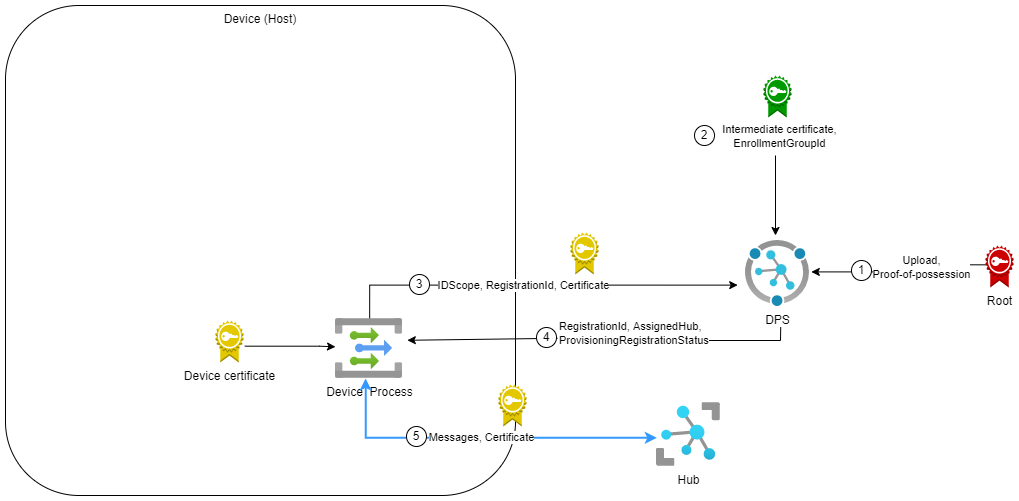
Earlier version of the draw.io export provisioning/device/samples/solutions/BestPracticeSampleX509/media/auth_flow_diagram.png (Azure/azure-iot-sdk-csharp). Source tidied: cells renumbered, new cells last; positions are measured from the earlier drawing's top-left corner, leaving out a move shared by most shapes.
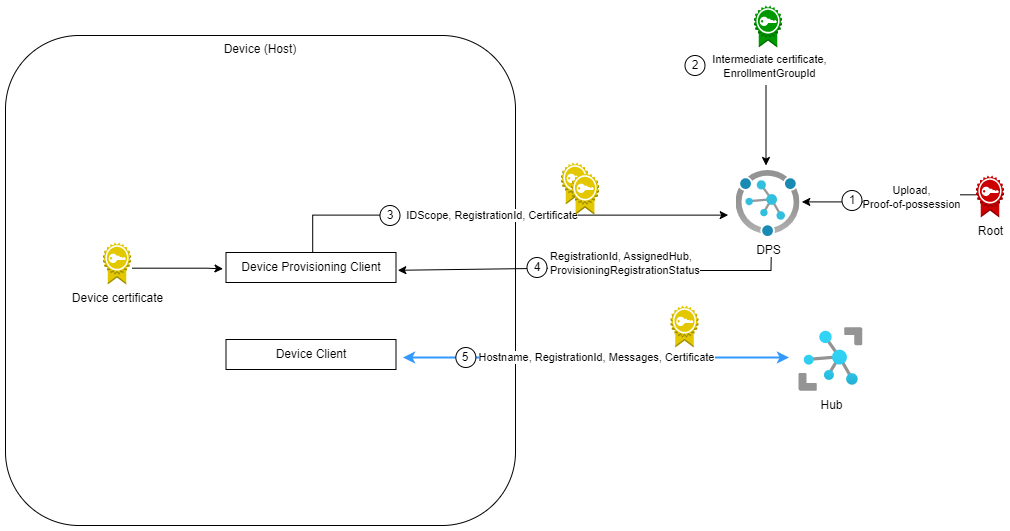
The same file after the commit.

What changed in the source:
```diff
@@ -2,11 +2,11 @@
   <root>
     <mxCell id="0" />
     <mxCell id="1" parent="0" />
-    <mxCell id="2" style="endArrow=none;html=1;rounded=0;exitX=0.553;exitY=1.124;exitDx=0;exitDy=0;exitPerimeter=0;" parent="1" edge="1" source="5" target="20">
+    <mxCell id="2" style="endArrow=none;html=1;rounded=0;exitX=0.553;exitY=1.124;exitDx=0;exitDy=0;exitPerimeter=0;" parent="1" edge="1" source="5" target="19">
       <mxGeometry relative="1" as="geometry">
         <Array as="points">
-          <mxPoint x="775" y="335" />
-          <mxPoint x="660" y="335" />
+          <mxPoint x="765.5" y="235" />
+          <mxPoint x="650.5" y="235" />
         </Array>
       </mxGeometry>
     </mxCell>
@@ -14,86 +14,104 @@
       <mxGeometry width="510" height="490" as="geometry" />
     </mxCell>
     <mxCell id="4" value="&lt;div&gt;Hub&lt;/div&gt;" style="html=1;points=[];align=center;image;fontSize=12;image=img/lib/azure2/iot/IoT_Hub.svg;" parent="1" vertex="1">
-      <mxGeometry x="651" y="397" width="64" height="64" as="geometry" />
+      <mxGeometry x="793.5" y="292" width="64" height="64" as="geometry" />
     </mxCell>
     <mxCell id="5" value="DPS" style="html=1;points=[];align=center;image;fontSize=12;image=img/lib/azure2/iot/Device_Provisioning_Services.svg;" parent="1" vertex="1">
-      <mxGeometry x="740" y="235" width="64" height="66" as="geometry" />
+      <mxGeometry x="730.5" y="135" width="64" height="66" as="geometry" />
     </mxCell>
-    <mxCell id="6" value="IDScope, RegistrationId, Certificate" style="edgeStyle=orthogonalEdgeStyle;rounded=0;jettySize=auto;html=1;exitX=0.51;exitY=0.03;exitDx=0;exitDy=0;exitPerimeter=0;entryX=-0.122;entryY=0.676;entryDx=0;entryDy=0;entryPerimeter=0;" parent="1" edge="1" source="7" target="5">
+    <mxCell id="6" value="&amp;nbsp; &amp;nbsp;IDScope, RegistrationId, Certificate" style="edgeStyle=orthogonalEdgeStyle;rounded=0;jettySize=auto;html=1;exitX=0.51;exitY=0.03;exitDx=0;exitDy=0;exitPerimeter=0;entryX=-0.122;entryY=0.676;entryDx=0;entryDy=0;entryPerimeter=0;startArrow=none;" parent="1" edge="1" source="26" target="5">
       <mxGeometry x="-0.06" relative="1" as="geometry">
         <Array as="points">
-          <mxPoint x="364" y="280" />
+          <mxPoint x="307" y="180" />
         </Array>
       </mxGeometry>
     </mxCell>
-    <mxCell id="7" value="Device&amp;nbsp; Process" style="html=1;points=[];align=center;image;fontSize=12;image=img/lib/azure2/integration/Event_Grid_Topics.svg;" parent="1" vertex="1">
-      <mxGeometry x="330" y="313" width="67" height="60" as="geometry" />
+    <mxCell id="7" style="endArrow=classic;html=1;rounded=0;fontColor=#000000;entryX=0;entryY=0.472;entryDx=0;entryDy=0;entryPerimeter=0;exitX=0.975;exitY=0.941;exitDx=0;exitDy=0;exitPerimeter=0;edgeStyle=orthogonalEdgeStyle;" parent="1" edge="1">
+      <mxGeometry relative="1" as="geometry">
+        <mxPoint x="126.8" y="232.7" as="sourcePoint" />
+        <mxPoint x="217.5" y="233.3" as="targetPoint" />
+        <Array as="points">
+          <mxPoint x="201.5" y="233" />
+        </Array>
+      </mxGeometry>
     </mxCell>
-    <mxCell id="8" style="endArrow=classic;html=1;rounded=0;fontColor=#000000;entryX=0;entryY=0.472;entryDx=0;entryDy=0;entryPerimeter=0;exitX=0.975;exitY=0.941;exitDx=0;exitDy=0;exitPerimeter=0;edgeStyle=orthogonalEdgeStyle;" parent="1" edge="1" target="7">
-      <mxGeometry relative="1" as="geometry">
-        <mxPoint x="239.3" y="340.7" as="sourcePoint" />
-        <Array as="points">
-          <mxPoint x="314" y="341" />
-        </Array>
-      </mxGeometry>
+    <mxCell id="8" value="Device certificate" style="dashed=0;verticalLabelPosition=bottom;verticalAlign=top;align=center;html=1;shape=mxgraph.aws3.certificate;fillColor=#e3c800;strokeColor=#B09500;fontColor=#000000;" parent="1" vertex="1">
+      <mxGeometry x="97.5" y="207" width="28" height="42" as="geometry" />
     </mxCell>
-    <mxCell id="9" value="Device certificate" style="dashed=0;verticalLabelPosition=bottom;verticalAlign=top;align=center;html=1;shape=mxgraph.aws3.certificate;fillColor=#e3c800;strokeColor=#B09500;fontColor=#000000;" parent="1" vertex="1">
-      <mxGeometry x="210" y="315" width="28" height="42" as="geometry" />
+    <mxCell id="9" value="2" style="ellipse;whiteSpace=wrap;html=1;" parent="1" vertex="1">
+      <mxGeometry x="679.5" y="20" width="20" height="20" as="geometry" />
     </mxCell>
-    <mxCell id="10" value="2" style="ellipse;whiteSpace=wrap;html=1;" parent="1" vertex="1">
-      <mxGeometry x="689" y="120" width="20" height="20" as="geometry" />
+    <mxCell id="10" value="3" style="ellipse;whiteSpace=wrap;html=1;" parent="1" vertex="1">
+      <mxGeometry x="374.5" y="170" width="20" height="20" as="geometry" />
     </mxCell>
-    <mxCell id="11" value="3" style="ellipse;whiteSpace=wrap;html=1;" parent="1" vertex="1">
-      <mxGeometry x="404" y="269" width="20" height="20" as="geometry" />
+    <mxCell id="11" style="edgeStyle=orthogonalEdgeStyle;rounded=0;jettySize=auto;html=1;exitX=0;exitY=0.46;exitDx=0;exitDy=0;exitPerimeter=0;entryX=1.028;entryY=0.476;entryDx=0;entryDy=0;entryPerimeter=0;" parent="1" edge="1" source="13" target="5">
+      <mxGeometry relative="1" as="geometry" />
     </mxCell>
-    <mxCell id="12" style="edgeStyle=orthogonalEdgeStyle;rounded=0;jettySize=auto;html=1;exitX=0;exitY=0.46;exitDx=0;exitDy=0;exitPerimeter=0;entryX=1.028;entryY=0.476;entryDx=0;entryDy=0;entryPerimeter=0;" parent="1" edge="1" source="14" target="5">
-      <mxGeometry relative="1" as="geometry" />
+    <mxCell id="12" value="Upload,&lt;br&gt;Proof-of-possession" style="edgeLabel;html=1;align=center;verticalAlign=middle;" parent="11" vertex="1">
+      <mxGeometry x="0.21" y="-2" relative="1" as="geometry">
+        <mxPoint x="37" y="-3" as="offset" />
+      </mxGeometry>
     </mxCell>
-    <mxCell id="13" value="Upload,&lt;br&gt;Proof-of-possession" style="edgeLabel;html=1;align=center;verticalAlign=middle;points=[];" parent="12" vertex="1">
-      <mxGeometry x="0.21" y="-2" relative="1" as="geometry">
-        <mxPoint x="37" y="-3" as="offset" />
-      </mxGeometry>
+    <mxCell id="13" value="Root" style="outlineConnect=0;dashed=0;verticalLabelPosition=bottom;verticalAlign=top;align=center;html=1;shape=mxgraph.aws3.certificate;fillColor=#CC0000;gradientColor=none;" parent="1" vertex="1">
+      <mxGeometry x="970.5" y="140" width="28" height="42" as="geometry" />
     </mxCell>
-    <mxCell id="14" value="Root" style="outlineConnect=0;dashed=0;verticalLabelPosition=bottom;verticalAlign=top;align=center;html=1;shape=mxgraph.aws3.certificate;fillColor=#CC0000;gradientColor=none;" parent="1" vertex="1">
-      <mxGeometry x="980" y="240" width="28" height="42" as="geometry" />
+    <mxCell id="14" value="Intermediate certificate,&lt;br&gt;EnrollmentGroupId" style="edgeLabel;html=1;align=center;verticalAlign=middle;points=[];" parent="1" vertex="1">
+      <mxGeometry x="822.5" y="190" as="geometry">
+        <mxPoint x="-59" y="-160" as="offset" />
+      </mxGeometry>
     </mxCell>
-    <mxCell id="15" value="Intermediate certificate,&lt;br&gt;EnrollmentGroupId" style="edgeLabel;html=1;align=center;verticalAlign=middle;" parent="1" vertex="1">
-      <mxGeometry x="832" y="290" as="geometry">
-        <mxPoint x="-59" y="-160" as="offset" />
-      </mxGeometry>
+    <mxCell id="15" value="1" style="ellipse;whiteSpace=wrap;html=1;" parent="1" vertex="1">
+      <mxGeometry x="836.5" y="155" width="20" height="20" as="geometry" />
     </mxCell>
-    <mxCell id="16" value="1" style="ellipse;whiteSpace=wrap;html=1;" parent="1" vertex="1">
-      <mxGeometry x="846" y="255" width="20" height="20" as="geometry" />
+    <mxCell id="16" value="Hostname, RegistrationId, Messages, Certificate" style="edgeStyle=orthogonalEdgeStyle;rounded=0;orthogonalLoop=1;jettySize=auto;html=1;exitX=0.45;exitY=1;exitDx=0;exitDy=0;exitPerimeter=0;startArrow=classic;startFill=1;endArrow=classic;endFill=1;strokeWidth=2;strokeColor=#3399FF;" parent="1" edge="1">
+      <mxGeometry relative="1" as="geometry">
+        <mxPoint x="397.5" y="322" as="sourcePoint" />
+        <mxPoint x="783.5" y="322" as="targetPoint" />
+        <Array as="points">
+          <mxPoint x="688.5" y="322" />
+        </Array>
+      </mxGeometry>
     </mxCell>
-    <mxCell id="17" value="Messages, Certificate" style="edgeStyle=orthogonalEdgeStyle;rounded=0;jettySize=auto;html=1;entryX=0.005;entryY=0.552;entryDx=0;entryDy=0;entryPerimeter=0;exitX=0.45;exitY=1;exitDx=0;exitDy=0;exitPerimeter=0;startArrow=classic;startFill=1;endArrow=classic;endFill=1;strokeWidth=2;strokeColor=#3399FF;" parent="1" edge="1" source="7" target="4">
-      <mxGeometry relative="1" as="geometry" />
+    <mxCell id="17" style="endArrow=classic;html=1;rounded=0;entryX=1.072;entryY=0.363;entryDx=0;entryDy=0;entryPerimeter=0;startArrow=none;" parent="1" edge="1" source="19">
+      <mxGeometry relative="1" as="geometry">
+        <mxPoint x="392.3" y="234.8" as="targetPoint" />
+      </mxGeometry>
     </mxCell>
-    <mxCell id="18" style="endArrow=classic;html=1;rounded=0;entryX=1.072;entryY=0.363;entryDx=0;entryDy=0;entryPerimeter=0;startArrow=none;" parent="1" edge="1" source="20" target="7">
-      <mxGeometry relative="1" as="geometry" />
+    <mxCell id="18" value="4" style="ellipse;whiteSpace=wrap;html=1;" parent="1" vertex="1">
+      <mxGeometry x="521.5" y="222" width="20" height="20" as="geometry" />
     </mxCell>
-    <mxCell id="19" value="4" style="ellipse;whiteSpace=wrap;html=1;" parent="1" vertex="1">
-      <mxGeometry x="531" y="322" width="20" height="20" as="geometry" />
+    <mxCell id="19" value="&lt;span style=&quot;color: rgb(0, 0, 0); font-family: Helvetica; font-size: 11px; font-style: normal; font-variant-ligatures: normal; font-variant-caps: normal; font-weight: 400; letter-spacing: normal; orphans: 2; text-align: center; text-indent: 0px; text-transform: none; widows: 2; word-spacing: 0px; -webkit-text-stroke-width: 0px; background-color: rgb(255, 255, 255); text-decoration-thickness: initial; text-decoration-style: initial; text-decoration-color: initial; float: none; display: inline !important;&quot;&gt;RegistrationId, AssignedHub,&lt;/span&gt;&lt;br style=&quot;color: rgb(0, 0, 0); font-family: Helvetica; font-size: 11px; font-style: normal; font-variant-ligatures: normal; font-variant-caps: normal; font-weight: 400; letter-spacing: normal; orphans: 2; text-align: center; text-indent: 0px; text-transform: none; widows: 2; word-spacing: 0px; -webkit-text-stroke-width: 0px; text-decoration-thickness: initial; text-decoration-style: initial; text-decoration-color: initial;&quot;&gt;&lt;span style=&quot;color: rgb(0, 0, 0); font-family: Helvetica; font-size: 11px; font-style: normal; font-variant-ligatures: normal; font-variant-caps: normal; font-weight: 400; letter-spacing: normal; orphans: 2; text-align: center; text-indent: 0px; text-transform: none; widows: 2; word-spacing: 0px; -webkit-text-stroke-width: 0px; background-color: rgb(255, 255, 255); text-decoration-thickness: initial; text-decoration-style: initial; text-decoration-color: initial; float: none; display: inline !important;&quot;&gt;ProvisioningRegistrationStatus&lt;/span&gt;" style="text;whiteSpace=wrap;html=1;" parent="1" vertex="1">
+      <mxGeometry x="542.5" y="207" width="122" height="50" as="geometry" />
     </mxCell>
-    <mxCell id="20" value="&lt;span style=&quot;color: rgb(0, 0, 0); font-family: Helvetica; font-size: 11px; font-style: normal; font-variant-ligatures: normal; font-variant-caps: normal; font-weight: 400; letter-spacing: normal; orphans: 2; text-align: center; text-indent: 0px; text-transform: none; widows: 2; word-spacing: 0px; -webkit-text-stroke-width: 0px; background-color: rgb(255, 255, 255); text-decoration-thickness: initial; text-decoration-style: initial; text-decoration-color: initial; float: none; display: inline !important;&quot;&gt;RegistrationId, AssignedHub,&lt;/span&gt;&lt;br style=&quot;color: rgb(0, 0, 0); font-family: Helvetica; font-size: 11px; font-style: normal; font-variant-ligatures: normal; font-variant-caps: normal; font-weight: 400; letter-spacing: normal; orphans: 2; text-align: center; text-indent: 0px; text-transform: none; widows: 2; word-spacing: 0px; -webkit-text-stroke-width: 0px; text-decoration-thickness: initial; text-decoration-style: initial; text-decoration-color: initial;&quot;&gt;&lt;span style=&quot;color: rgb(0, 0, 0); font-family: Helvetica; font-size: 11px; font-style: normal; font-variant-ligatures: normal; font-variant-caps: normal; font-weight: 400; letter-spacing: normal; orphans: 2; text-align: center; text-indent: 0px; text-transform: none; widows: 2; word-spacing: 0px; -webkit-text-stroke-width: 0px; background-color: rgb(255, 255, 255); text-decoration-thickness: initial; text-decoration-style: initial; text-decoration-color: initial; float: none; display: inline !important;&quot;&gt;ProvisioningRegistrationStatus&lt;/span&gt;" style="text;whiteSpace=wrap;html=1;" parent="1" vertex="1">
-      <mxGeometry x="552" y="307" width="122" height="50" as="geometry" />
+    <mxCell id="20" style="outlineConnect=0;dashed=0;verticalLabelPosition=bottom;verticalAlign=top;align=center;html=1;shape=mxgraph.aws3.certificate;fillColor=#e3c800;strokeColor=#B09500;fontColor=#000000;" parent="1" vertex="1">
+      <mxGeometry x="555.5" y="127" width="28" height="42" as="geometry" />
     </mxCell>
-    <mxCell id="21" style="dashed=0;verticalLabelPosition=bottom;verticalAlign=top;align=center;html=1;shape=mxgraph.aws3.certificate;fillColor=#e3c800;strokeColor=#B09500;fontColor=#000000;" parent="1" vertex="1">
-      <mxGeometry x="565" y="227" width="28" height="42" as="geometry" />
+    <mxCell id="21" value="5" style="ellipse;whiteSpace=wrap;html=1;" parent="1" vertex="1">
+      <mxGeometry x="450.4" y="312" width="20" height="20" as="geometry" />
     </mxCell>
-    <mxCell id="22" value="5" style="ellipse;whiteSpace=wrap;html=1;" parent="1" vertex="1">
-      <mxGeometry x="401" y="421" width="20" height="20" as="geometry" />
+    <mxCell id="22" style="dashed=0;verticalLabelPosition=bottom;verticalAlign=top;align=center;html=1;shape=mxgraph.aws3.certificate;fillColor=#009900;gradientColor=none;" parent="1" vertex="1">
+      <mxGeometry x="748.5" y="-30" width="28" height="42" as="geometry" />
     </mxCell>
-    <mxCell id="23" style="dashed=0;verticalLabelPosition=bottom;verticalAlign=top;align=center;html=1;shape=mxgraph.aws3.certificate;fillColor=#009900;gradientColor=none;" parent="1" vertex="1">
-      <mxGeometry x="758" y="70" width="28" height="42" as="geometry" />
+    <mxCell id="23" style="endArrow=classic;html=1;rounded=0;" parent="1" edge="1">
+      <mxGeometry relative="1" as="geometry">
+        <mxPoint x="760.5" y="50" as="sourcePoint" />
+        <mxPoint x="760.5" y="130" as="targetPoint" />
+      </mxGeometry>
     </mxCell>
-    <mxCell id="24" style="endArrow=classic;html=1;rounded=0;" parent="1" edge="1">
-      <mxGeometry relative="1" as="geometry">
-        <mxPoint x="770" y="150" as="sourcePoint" />
-        <mxPoint x="770" y="230" as="targetPoint" />
-      </mxGeometry>
+    <mxCell id="24" style="dashed=0;verticalLabelPosition=bottom;verticalAlign=top;align=center;html=1;shape=mxgraph.aws3.certificate;fillColor=#e3c800;strokeColor=#B09500;fontColor=#000000;" parent="1" vertex="1">
+      <mxGeometry x="665" y="270" width="28" height="42" as="geometry" />
     </mxCell>
     <mxCell id="25" style="dashed=0;verticalLabelPosition=bottom;verticalAlign=top;align=center;html=1;shape=mxgraph.aws3.certificate;fillColor=#e3c800;strokeColor=#B09500;fontColor=#000000;" parent="1" vertex="1">
-      <mxGeometry x="493" y="379" width="28" height="42" as="geometry" />
+      <mxGeometry x="565.5" y="137" width="28" height="42" as="geometry" />
     </mxCell>
+    <mxCell id="26" value="Device Provisioning Client" style="rounded=0;whiteSpace=wrap;html=1;" parent="1" vertex="1">
+      <mxGeometry x="220.5" y="217" width="170" height="30" as="geometry" />
+    </mxCell>
+    <mxCell id="27" value="Device Client" style="rounded=0;whiteSpace=wrap;html=1;" parent="1" vertex="1">
+      <mxGeometry x="220.5" y="304" width="170" height="30" as="geometry" />
+    </mxCell>
+    <mxCell id="28" style="dashed=0;verticalLabelPosition=bottom;verticalAlign=top;align=center;html=1;shape=mxgraph.aws3.certificate;fillColor=#e3c800;strokeColor=#B09500;fontColor=#000000;" parent="1" vertex="1">
+      <mxGeometry x="565.5" y="137" width="28" height="42" as="geometry" />
+    </mxCell>
   </root>
 </mxGraphModel>
```
